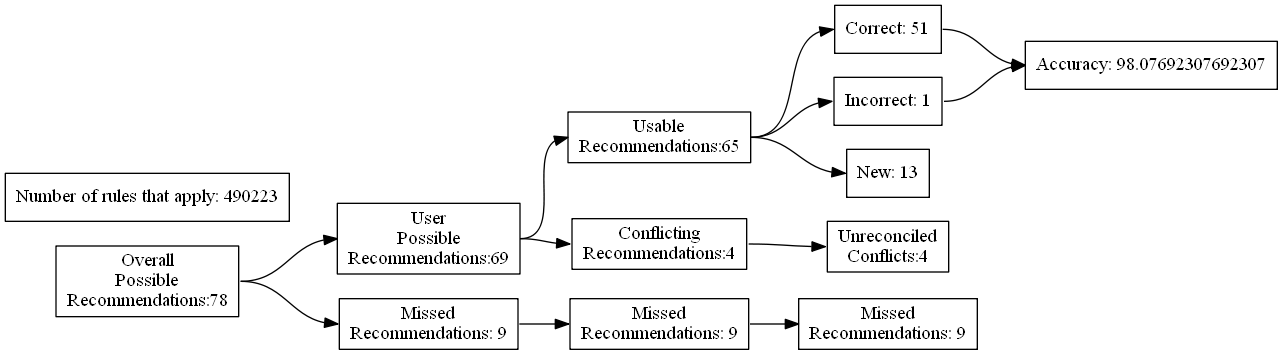
The Graphviz diagram test_renders/35.gv.png in ZaxR/ibd_diet_analysis, before a commit. Its source is kept beside it as test_renders/35.gv.
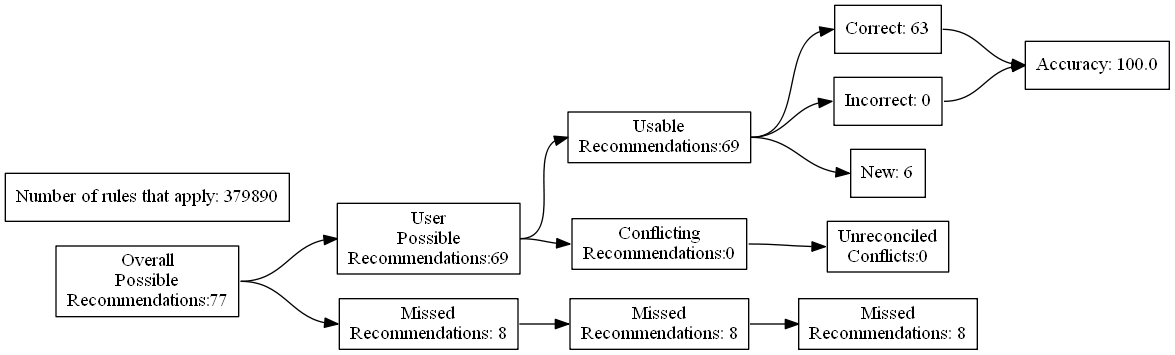
The same diagram one commit later.

What changed in the source:
```diff
@@ -4,27 +4,27 @@
 	edge [headport=w tailport=e]
 		A [label="Overall
 Possible
-Recommendations:78"]
+Recommendations:77"]
 		B [label="User
 Possible
 Recommendations:69"]
 		C [label="Missed
-Recommendations: 9"]
+Recommendations: 8"]
 		D [label="Usable
-Recommendations:65"]
+Recommendations:69"]
 		E [label="Conflicting
-Recommendations:4"]
+Recommendations:0"]
 		J [label="Missed
-Recommendations: 9"]
+Recommendations: 8"]
 		M [label="Unreconciled
-Conflicts:4"]
-		F [label="Correct: 51"]
-		G [label="Incorrect: 1"]
-		H [label="New: 13"]
+Conflicts:0"]
+		F [label="Correct: 63"]
+		G [label="Incorrect: 0"]
+		H [label="New: 6"]
 		K [label="Missed
-Recommendations: 9"]
-		I [label="Accuracy: 98.07692307692307"]
-		l [label="Number of rules that apply: 490223"]
+Recommendations: 8"]
+		I [label="Accuracy: 100.0"]
+		l [label="Number of rules that apply: 379890"]
 			A -> B
 			A -> C
 			B -> D
```
